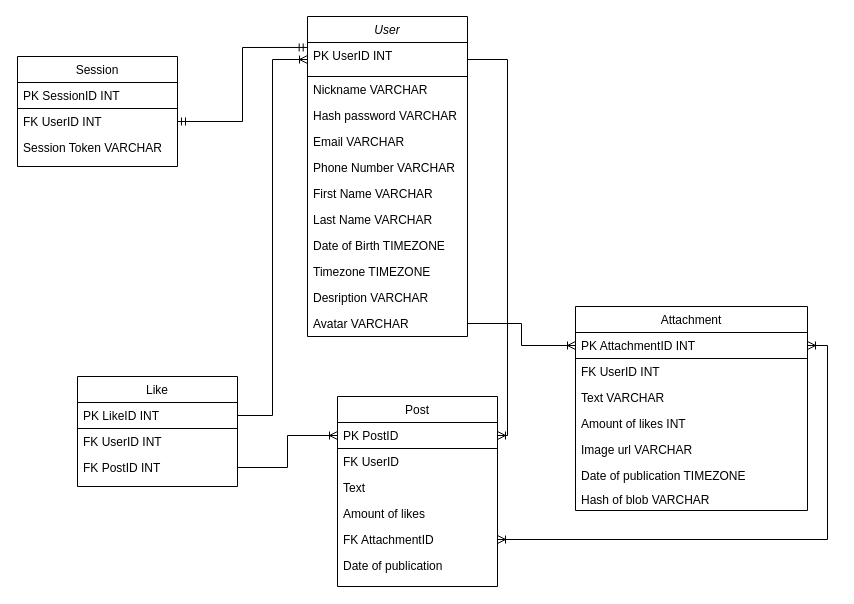
Above: Диаграмма без названия.drawio in somnevaetsya/HighloadCourseWork (draw.io), before the change. Source tidied: cells renumbered, new cells numbered last; positions are measured from the earlier drawing's top-left corner, leaving out a move shared by most shapes. Both pictures are drawn from the tidied source at 100%, with x=0, y=0 at pixel (17, 16).
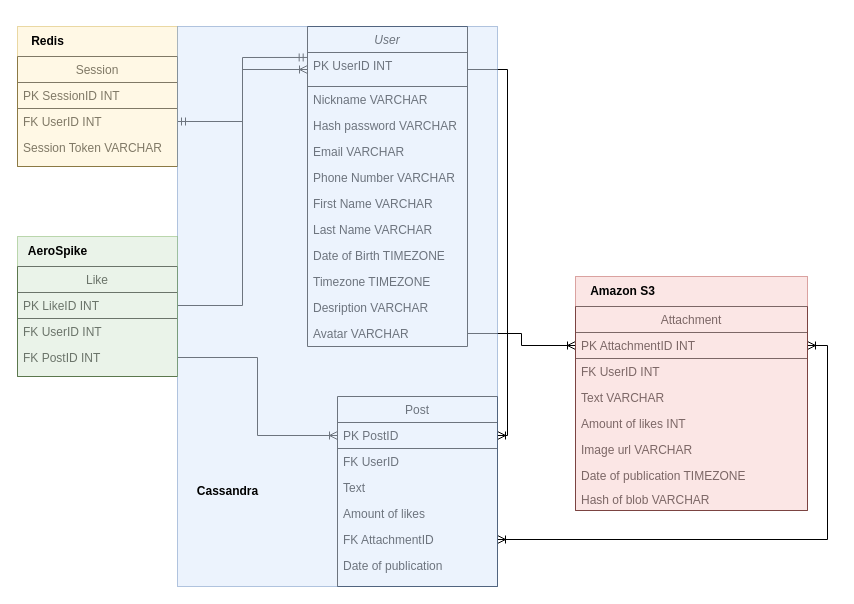
The same diagram, later.

The edit, as a diff of the source:
```diff
@@
     <mxCell id="2" value="User" style="swimlane;fontStyle=2;align=center;verticalAlign=top;horizontal=1;startSize=26;rounded=0;shadow=0;strokeWidth=1;" parent="1" vertex="1">
-      <mxGeometry x="290" width="160" height="320" as="geometry" />
+      <mxGeometry x="290" y="10" width="160" height="320" as="geometry" />
     </mxCell>
@@
     <mxCell id="36" value="Like" style="swimlane;fontStyle=0;align=center;verticalAlign=top;horizontal=1;startSize=26;rounded=0;shadow=0;strokeWidth=1;" parent="1" vertex="1">
-      <mxGeometry x="60" y="360" width="160" height="110" as="geometry" />
+      <mxGeometry y="250" width="160" height="110" as="geometry" />
     </mxCell>
@@
+    <mxCell id="43" style="rounded=0;whiteSpace=wrap;html=1;opacity=50;fillColor=#fff2cc;strokeColor=#d6b656;" parent="1" vertex="1">
+      <mxGeometry y="10" width="160" height="140" as="geometry" />
+    </mxCell>
+    <mxCell id="44" value="&lt;b&gt;Redis&lt;/b&gt;" style="text;html=1;align=center;verticalAlign=middle;strokeColor=none;fillColor=none;" parent="1" vertex="1">
+      <mxGeometry y="10" width="60" height="30" as="geometry" />
+    </mxCell>
+    <mxCell id="45" style="rounded=0;whiteSpace=wrap;html=1;opacity=50;fillColor=#f8cecc;strokeColor=#b85450;" parent="1" vertex="1">
+      <mxGeometry x="558" y="260" width="232" height="234" as="geometry" />
+    </mxCell>
+    <mxCell id="46" value="Amazon S3" style="text;html=1;align=center;verticalAlign=middle;strokeColor=none;fillColor=none;fontStyle=1;" parent="1" vertex="1">
+      <mxGeometry x="560" y="260" width="90" height="30" as="geometry" />
+    </mxCell>
+    <mxCell id="47" style="rounded=0;whiteSpace=wrap;html=1;opacity=50;fillColor=#dae8fc;strokeColor=#6c8ebf;" parent="1" vertex="1">
+      <mxGeometry x="160" y="10" width="320" height="560" as="geometry" />
+    </mxCell>
+    <mxCell id="48" style="rounded=0;whiteSpace=wrap;html=1;opacity=50;fillColor=#d5e8d4;strokeColor=#82b366;" parent="1" vertex="1">
+      <mxGeometry y="220" width="160" height="140" as="geometry" />
+    </mxCell>
+    <mxCell id="49" value="&lt;b&gt;AeroSpike&lt;/b&gt;" style="text;html=1;align=center;verticalAlign=middle;strokeColor=none;fillColor=none;" parent="1" vertex="1">
+      <mxGeometry y="220" width="80" height="30" as="geometry" />
+    </mxCell>
+    <mxCell id="50" value="&lt;b&gt;Cassandra&lt;/b&gt;" style="text;html=1;align=center;verticalAlign=middle;strokeColor=none;fillColor=none;" parent="1" vertex="1">
+      <mxGeometry x="170" y="460" width="80" height="30" as="geometry" />
+    </mxCell>
```
